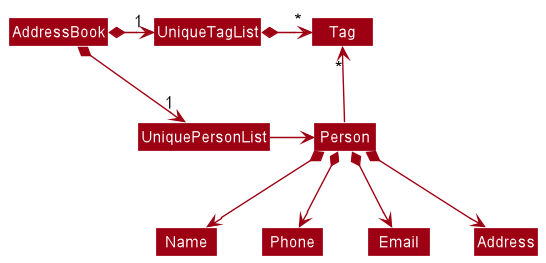
nus-cs2103-AY2122S1/tp keeps this PlantUML diagram as docs/images/DeveloperGuideImage/BetterModelClassDiagram.png. Above is the earlier version.
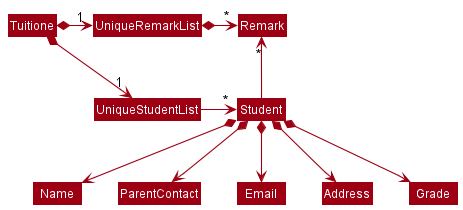
After the change.

Commit message:
Update better model class diagram in developer guide

Diff of the diagram source:
```diff
@@ -4,18 +4,19 @@
 skinparam arrowColor MODEL_COLOR
 skinparam classBackgroundColor MODEL_COLOR
 
-AddressBook *-right-> "1" UniquePersonList
-AddressBook *-right-> "1" UniqueTagList
-UniqueTagList -[hidden]down- UniquePersonList
-UniqueTagList -[hidden]down- UniquePersonList
+Tuitione *-right-> "1" UniqueStudentList
+Tuitione *-right-> "1" UniqueRemarkList
+UniqueRemarkList -[hidden]down- UniqueStudentList
+UniqueRemarkList -[hidden]down- UniqueStudentList
 
-UniqueTagList *-right-> "*" Tag
-UniquePersonList -right-> Person
+UniqueRemarkList *-right-> "*" Remark
+UniqueStudentList -right-> "*" Student
 
-Person -up-> "*" Tag
+Student -up-> "*" Remark
 
-Person *--> Name
-Person *--> Phone
-Person *--> Email
-Person *--> Address
+Student *--> Name
+Student *--> ParentContact
+Student *--> Email
+Student *--> Address
+Student *--> Grade
 @enduml
```
